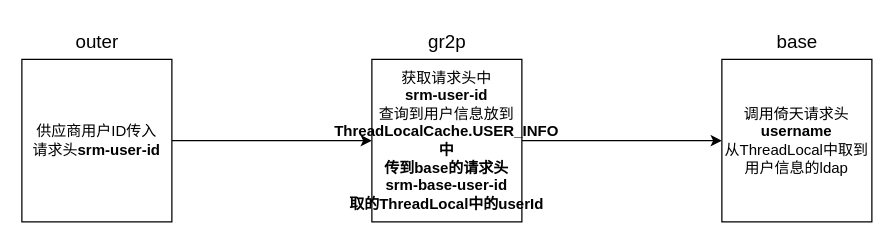
This is outer请求头传递.drawio from xiaohuihui7726/drawio, a draw.io file, before an edit. Source tidied: cells renumbered, new cells numbered last; positions are measured from the earlier drawing's top-left corner, leaving out a move shared by most shapes. Both pictures are drawn from the tidied source at 125%, with x=0, y=0 at pixel (21, 21).
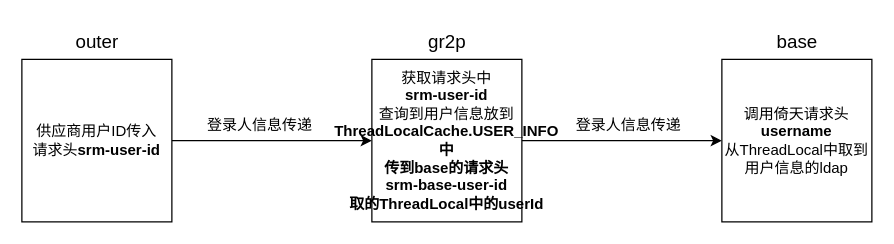
After the change.

Commit message (it also covers changes not shown here):
更新outer请求头传递.drawio

What changed in the source:
```diff
@@
 <mxGraphModel>
   <root>
     <mxCell id="0" />
     <mxCell id="1" parent="0" />
     <mxCell id="2" style="edgeStyle=orthogonalEdgeStyle;rounded=0;jettySize=auto;html=1;entryX=0;entryY=0.5;entryDx=0;entryDy=0;" parent="1" edge="1" source="3" target="6">
       <mxGeometry relative="1" as="geometry" />
     </mxCell>
     <mxCell id="3" value="供应商用户ID传入&lt;div&gt;请求头&lt;b&gt;srm-user-id&lt;/b&gt;&lt;/div&gt;" style="rounded=0;whiteSpace=wrap;html=1;" parent="1" vertex="1">
       <mxGeometry y="30" width="120" height="130" as="geometry" />
     </mxCell>
     <mxCell id="4" value="&lt;font style=&quot;font-size: 15px;&quot;&gt;outer&lt;/font&gt;" style="text;html=1;align=center;verticalAlign=middle;strokeColor=none;fillColor=none;" parent="1" vertex="1">
       <mxGeometry x="30" width="60" height="30" as="geometry" />
     </mxCell>
     <mxCell id="5" style="edgeStyle=orthogonalEdgeStyle;rounded=0;jettySize=auto;html=1;entryX=0;entryY=0.5;entryDx=0;entryDy=0;" parent="1" edge="1" source="6" target="8">
       <mxGeometry relative="1" as="geometry" />
     </mxCell>
     <mxCell id="6" value="获取请求头中&lt;div&gt;&lt;b&gt;srm-user-id&lt;/b&gt;&lt;/div&gt;&lt;div&gt;查询到用户信息放到&lt;/div&gt;&lt;div&gt;&lt;b&gt;ThreadLocalCache.USER_INFO中&lt;/b&gt;&lt;br&gt;&lt;/div&gt;&lt;div&gt;&lt;b&gt;传到base的请求头&lt;/b&gt;&lt;/div&gt;&lt;div&gt;&lt;span style=&quot;background-color: initial;&quot;&gt;&lt;b&gt;srm-base-user-id&lt;/b&gt;&lt;/span&gt;&lt;/div&gt;&lt;div&gt;&lt;span style=&quot;background-color: initial;&quot;&gt;&lt;b&gt;取的ThreadLocal中的userId&lt;/b&gt;&lt;/span&gt;&lt;/div&gt;" style="rounded=0;whiteSpace=wrap;html=1;" parent="1" vertex="1">
       <mxGeometry x="280" y="30" width="120" height="130" as="geometry" />
     </mxCell>
     <mxCell id="7" value="&lt;font style=&quot;font-size: 15px;&quot;&gt;gr2p&lt;/font&gt;" style="text;html=1;align=center;verticalAlign=middle;strokeColor=none;fillColor=none;" parent="1" vertex="1">
       <mxGeometry x="315" width="50" height="30" as="geometry" />
     </mxCell>
     <mxCell id="8" value="调用倚天请求头&lt;div&gt;&lt;b&gt;username&lt;/b&gt;&lt;/div&gt;&lt;div&gt;从ThreadLocal中取到用户信息的ldap&lt;/div&gt;" style="rounded=0;whiteSpace=wrap;html=1;" parent="1" vertex="1">
       <mxGeometry x="560" y="30" width="120" height="130" as="geometry" />
     </mxCell>
     <mxCell id="9" value="&lt;font style=&quot;font-size: 15px;&quot;&gt;base&lt;/font&gt;" style="text;html=1;align=center;verticalAlign=middle;strokeColor=none;fillColor=none;" parent="1" vertex="1">
       <mxGeometry x="590" width="60" height="30" as="geometry" />
     </mxCell>
+    <mxCell id="10" value="登录人信息传递" style="text;html=1;align=center;verticalAlign=middle;strokeColor=none;fillColor=none;" parent="1" vertex="1">
+      <mxGeometry x="135" y="68" width="110" height="30" as="geometry" />
+    </mxCell>
+    <mxCell id="11" value="登录人信息传递" style="text;html=1;align=center;verticalAlign=middle;strokeColor=none;fillColor=none;" parent="1" vertex="1">
+      <mxGeometry x="430" y="68" width="110" height="30" as="geometry" />
+    </mxCell>
   </root>
 </mxGraphModel>
```
